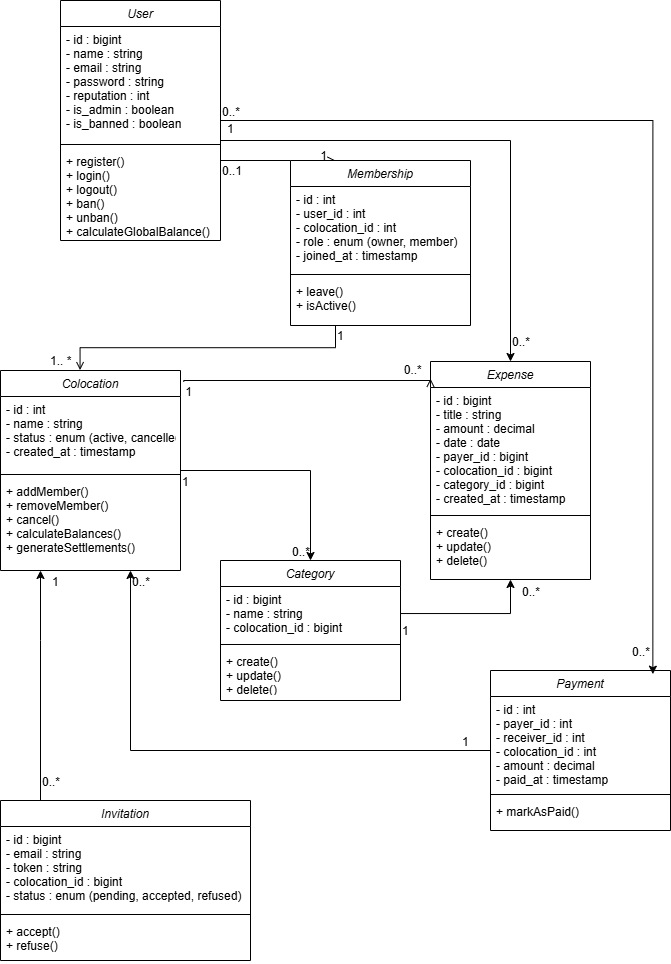
The draw.io diagram UML/DiagrammeEasyColoc.drawio.png in hamzaelk04/EasyColoc, before a commit. Source tidied: cells renumbered, new cells last; positions are measured from the earlier drawing's top-left corner, leaving out a move shared by most shapes.
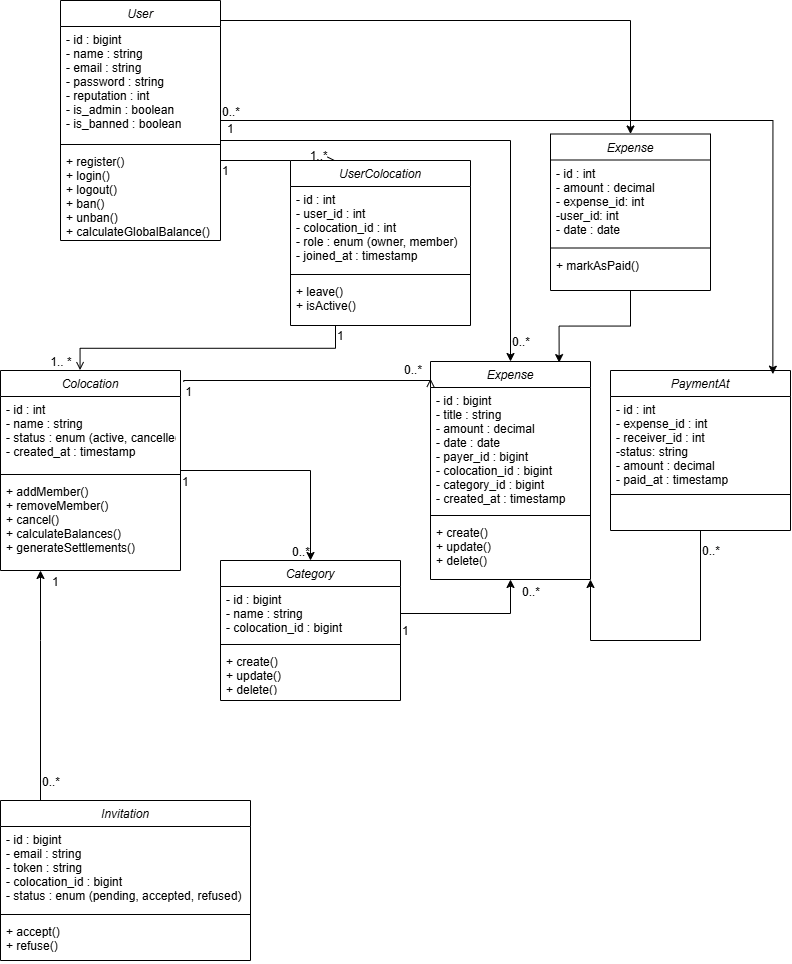
The same diagram one commit later.

Commit message:
changethe class diagram

What changed in the source:
```diff
@@ -9,6 +9,13 @@
         </Array>
       </mxGeometry>
     </mxCell>
+    <mxCell id="57" style="edgeStyle=orthogonalEdgeStyle;rounded=0;jettySize=auto;html=1;entryX=0.5;entryY=0;entryDx=0;entryDy=0;" parent="1" edge="1" source="3" target="59">
+      <mxGeometry relative="1" as="geometry">
+        <Array as="points">
+          <mxPoint x="630" y="20" />
+        </Array>
+      </mxGeometry>
+    </mxCell>
     <mxCell id="3" value="User" style="swimlane;fontStyle=2;align=center;verticalAlign=top;horizontal=1;startSize=26;rounded=0;shadow=0;strokeWidth=1;" parent="1" vertex="1">
       <mxGeometry x="60" width="160" height="240" as="geometry" />
     </mxCell>
@@ -26,12 +33,12 @@
         <mxPoint x="-40" y="32" as="offset" />
       </mxGeometry>
     </mxCell>
-    <mxCell id="8" value="0..1" style="align=left;verticalAlign=bottom;labelBackgroundColor=none;fontSize=12;" parent="7" vertex="1">
+    <mxCell id="8" value="1" style="align=left;verticalAlign=bottom;labelBackgroundColor=none;fontSize=12;" parent="7" vertex="1">
       <mxGeometry x="-1" relative="1" as="geometry">
         <mxPoint y="19" as="offset" />
       </mxGeometry>
     </mxCell>
-    <mxCell id="9" value="1" style="align=right;verticalAlign=bottom;labelBackgroundColor=none;fontSize=12;" parent="7" vertex="1">
+    <mxCell id="9" value="1..*" style="align=right;verticalAlign=bottom;labelBackgroundColor=none;fontSize=12;" parent="7" vertex="1">
       <mxGeometry x="1" relative="1" as="geometry">
         <mxPoint x="-7" y="4" as="offset" />
       </mxGeometry>
@@ -43,20 +50,10 @@
     </mxCell>
     <mxCell id="11" value="0..*" style="align=left;verticalAlign=bottom;labelBackgroundColor=none;fontSize=12;" parent="7" vertex="1">
       <mxGeometry x="-1" relative="1" as="geometry">
-        <mxPoint x="410" y="500" as="offset" />
+        <mxPoint x="480" y="399" as="offset" />
       </mxGeometry>
     </mxCell>
-    <mxCell id="12" value="0..*" style="align=left;verticalAlign=bottom;labelBackgroundColor=none;fontSize=12;" parent="7" vertex="1">
-      <mxGeometry x="-1" relative="1" as="geometry">
-        <mxPoint x="-90" y="430" as="offset" />
-      </mxGeometry>
-    </mxCell>
-    <mxCell id="13" value="1" style="align=left;verticalAlign=bottom;labelBackgroundColor=none;fontSize=12;" parent="7" vertex="1">
-      <mxGeometry x="-1" relative="1" as="geometry">
-        <mxPoint x="240" y="590" as="offset" />
-      </mxGeometry>
-    </mxCell>
-    <mxCell id="14" value="Membership" style="swimlane;fontStyle=2;align=center;verticalAlign=top;horizontal=1;startSize=26;rounded=0;shadow=0;strokeWidth=1;" parent="1" vertex="1">
+    <mxCell id="14" value="UserColocation" style="swimlane;fontStyle=2;align=center;verticalAlign=top;horizontal=1;startSize=26;rounded=0;shadow=0;strokeWidth=1;" parent="1" vertex="1">
       <mxGeometry x="290" y="160" width="180" height="165" as="geometry" />
     </mxCell>
     <mxCell id="15" value="- id : int&#10;- user_id : int&#10;- colocation_id : int&#10;- role : enum (owner, member)&#10;- joined_at : timestamp" style="text;align=left;verticalAlign=top;spacingLeft=4;spacingRight=4;overflow=hidden;" parent="14" vertex="1">
@@ -122,25 +119,23 @@
     <mxCell id="33" value="+ create()&#10;+ update()&#10;+ delete()" style="text;align=left;verticalAlign=top;spacingLeft=4;spacingRight=4;overflow=hidden;" parent="30" vertex="1">
       <mxGeometry y="88" width="180" height="42" as="geometry" />
     </mxCell>
-    <mxCell id="34" style="edgeStyle=orthogonalEdgeStyle;rounded=0;jettySize=auto;html=1;" parent="1" edge="1" source="35" target="19">
-      <mxGeometry relative="1" as="geometry">
-        <Array as="points">
-          <mxPoint x="130" y="750" />
-        </Array>
-      </mxGeometry>
-    </mxCell>
+    <mxCell id="58" style="edgeStyle=orthogonalEdgeStyle;rounded=0;jettySize=auto;html=1;" parent="1" edge="1" source="35" target="26">
+      <mxGeometry relative="1" as="geometry">
+        <Array as="points">
+          <mxPoint x="700" y="640" />
+          <mxPoint x="590" y="640" />
+        </Array>
+      </mxGeometry>
+    </mxCell>
-    <mxCell id="35" value="Payment" style="swimlane;fontStyle=2;align=center;verticalAlign=top;horizontal=1;startSize=26;rounded=0;shadow=0;strokeWidth=1;" parent="1" vertex="1">
-      <mxGeometry x="490" y="670" width="180" height="160" as="geometry" />
+    <mxCell id="35" value="PaymentAt" style="swimlane;fontStyle=2;align=center;verticalAlign=top;horizontal=1;startSize=26;rounded=0;shadow=0;strokeWidth=1;" parent="1" vertex="1">
+      <mxGeometry x="610" y="370" width="180" height="160" as="geometry" />
     </mxCell>
-    <mxCell id="36" value="- id : int&#10;- payer_id : int&#10;- receiver_id : int&#10;- colocation_id : int&#10;- amount : decimal&#10;- paid_at : timestamp" style="text;align=left;verticalAlign=top;spacingLeft=4;spacingRight=4;overflow=hidden;" parent="35" vertex="1">
+    <mxCell id="36" value="- id : int&#10;- expense_id : int&#10;- receiver_id : int&#10;-status: string&#10;- amount : decimal&#10;- paid_at : timestamp" style="text;align=left;verticalAlign=top;spacingLeft=4;spacingRight=4;overflow=hidden;" parent="35" vertex="1">
       <mxGeometry y="26" width="180" height="94" as="geometry" />
     </mxCell>
     <mxCell id="37" style="line;html=1;strokeWidth=1;align=left;verticalAlign=middle;spacingTop=-1;spacingLeft=3;spacingRight=3;labelPosition=right;" parent="35" vertex="1">
       <mxGeometry y="120" width="180" height="8" as="geometry" />
     </mxCell>
-    <mxCell id="38" value="+ markAsPaid()" style="text;align=left;verticalAlign=top;spacingLeft=4;spacingRight=4;overflow=hidden;" parent="35" vertex="1">
-      <mxGeometry y="128" width="180" height="32" as="geometry" />
-    </mxCell>
     <mxCell id="39" style="edgeStyle=orthogonalEdgeStyle;rounded=0;jettySize=auto;html=1;" parent="1" edge="1" source="40" target="19">
       <mxGeometry relative="1" as="geometry">
         <Array as="points">
@@ -210,5 +205,20 @@
     <mxCell id="56" value="0..*" style="align=left;verticalAlign=bottom;labelBackgroundColor=none;fontSize=12;" parent="1" vertex="1">
       <mxGeometry x="510" y="350" as="geometry" />
     </mxCell>
+    <mxCell id="59" value="Expense" style="swimlane;fontStyle=2;align=center;verticalAlign=top;horizontal=1;startSize=26;rounded=0;shadow=0;strokeWidth=1;" parent="1" vertex="1">
+      <mxGeometry x="550" y="133.5" width="160" height="156.5" as="geometry" />
+    </mxCell>
+    <mxCell id="60" value="- id : int&#10;- amount : decimal&#10;- expense_id: int&#10;-user_id: int&#10;- date : date" style="text;align=left;verticalAlign=top;spacingLeft=4;spacingRight=4;overflow=hidden;" parent="59" vertex="1">
+      <mxGeometry y="26" width="160" height="84" as="geometry" />
+    </mxCell>
+    <mxCell id="61" style="line;html=1;strokeWidth=1;align=left;verticalAlign=middle;spacingTop=-1;spacingLeft=3;spacingRight=3;labelPosition=right;" parent="59" vertex="1">
+      <mxGeometry y="110" width="160" height="8" as="geometry" />
+    </mxCell>
+    <mxCell id="38" value="+ markAsPaid()" style="text;align=left;verticalAlign=top;spacingLeft=4;spacingRight=4;overflow=hidden;" parent="59" vertex="1">
+      <mxGeometry y="118" width="160" height="32" as="geometry" />
+    </mxCell>
+    <mxCell id="62" style="edgeStyle=orthogonalEdgeStyle;rounded=0;jettySize=auto;html=1;entryX=0.804;entryY=0.005;entryDx=0;entryDy=0;entryPerimeter=0;" parent="1" edge="1" source="59" target="26">
+      <mxGeometry relative="1" as="geometry" />
+    </mxCell>
   </root>
 </mxGraphModel>
```
